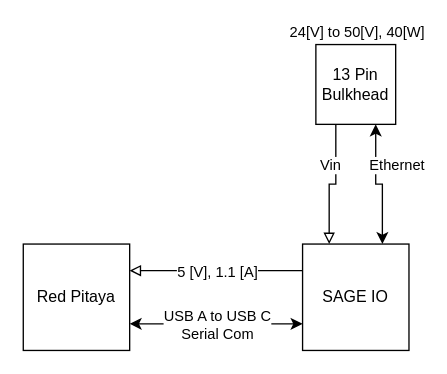
Earlier version of the draw.io diagram Untitled Diagram.drawio (williamapardis/SAGE). Source tidied: cells renumbered, new cells numbered last; positions are measured from the earlier drawing's top-left corner, leaving out a move shared by most shapes. Both pictures are drawn from the tidied source at 133%, with x=0, y=0 at pixel (23, 44).
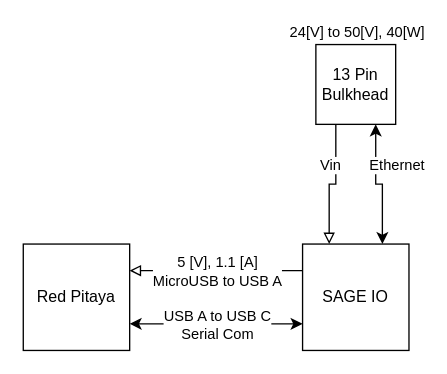
After the change.

Change to the diagram source:
```diff
@@
 <mxGraphModel>
   <root>
     <mxCell id="0" />
     <mxCell id="1" parent="0" />
     <mxCell id="2" value="Red Pitaya" style="whiteSpace=wrap;html=1;" parent="1" vertex="1">
       <mxGeometry y="150" width="80" height="80" as="geometry" />
     </mxCell>
     <mxCell id="3" style="edgeStyle=orthogonalEdgeStyle;rounded=0;jettySize=auto;html=1;exitX=0;exitY=0.25;exitDx=0;exitDy=0;entryX=1;entryY=0.25;entryDx=0;entryDy=0;startArrow=none;startFill=0;endArrow=block;endFill=0;" parent="1" edge="1" source="7" target="2">
       <mxGeometry relative="1" as="geometry" />
     </mxCell>
-    <mxCell id="4" value="5 [V], 1.1 [A]" style="edgeLabel;html=1;align=center;verticalAlign=middle;" parent="3" vertex="1">
+    <mxCell id="4" value="5 [V], 1.1 [A]&lt;br&gt;MicroUSB to USB A" style="edgeLabel;html=1;align=center;verticalAlign=middle;" parent="3" vertex="1">
       <mxGeometry relative="1" as="geometry" />
     </mxCell>
     <mxCell id="5" style="edgeStyle=orthogonalEdgeStyle;rounded=0;jettySize=auto;html=1;exitX=0;exitY=0.75;exitDx=0;exitDy=0;entryX=1;entryY=0.75;entryDx=0;entryDy=0;startArrow=classic;startFill=1;endArrow=classic;endFill=1;" parent="1" edge="1" source="7" target="2">
       <mxGeometry relative="1" as="geometry">
         <Array as="points">
           <mxPoint x="150" y="210" />
           <mxPoint x="150" y="210" />
         </Array>
       </mxGeometry>
     </mxCell>
     <mxCell id="6" value="USB A to USB C&lt;br&gt;Serial Com" style="edgeLabel;html=1;align=center;verticalAlign=middle;" parent="5" vertex="1">
       <mxGeometry relative="1" as="geometry" />
     </mxCell>
     <mxCell id="7" value="SAGE IO" style="whiteSpace=wrap;html=1;" parent="1" vertex="1">
       <mxGeometry x="210" y="150" width="80" height="80" as="geometry" />
     </mxCell>
     <mxCell id="8" style="edgeStyle=orthogonalEdgeStyle;rounded=0;jettySize=auto;html=1;exitX=0.75;exitY=1;exitDx=0;exitDy=0;entryX=0.75;entryY=0;entryDx=0;entryDy=0;startArrow=classic;startFill=1;endArrow=classic;endFill=1;" parent="1" edge="1" source="13" target="7">
       <mxGeometry relative="1" as="geometry" />
     </mxCell>
     <mxCell id="9" value="Ethernet" style="edgeLabel;html=1;align=center;verticalAlign=middle;" parent="8" vertex="1">
       <mxGeometry x="-0.32" y="2" relative="1" as="geometry">
         <mxPoint x="13" y="-2" as="offset" />
       </mxGeometry>
     </mxCell>
     <mxCell id="10" style="edgeStyle=orthogonalEdgeStyle;rounded=0;jettySize=auto;html=1;exitX=0.25;exitY=1;exitDx=0;exitDy=0;entryX=0.25;entryY=0;entryDx=0;entryDy=0;startArrow=none;startFill=0;endArrow=block;endFill=0;" parent="1" edge="1" source="13" target="7">
       <mxGeometry relative="1" as="geometry" />
     </mxCell>
     <mxCell id="11" value="24[V] to 50[V], 40[W]" style="edgeLabel;html=1;align=center;verticalAlign=middle;rotation=0;" parent="10" vertex="1">
       <mxGeometry x="-0.22" y="1" relative="1" as="geometry">
         <mxPoint x="14" y="-107" as="offset" />
       </mxGeometry>
     </mxCell>
     <mxCell id="12" value="Vin" style="edgeLabel;html=1;align=center;verticalAlign=middle;" parent="10" vertex="1">
       <mxGeometry x="-0.31" y="2" relative="1" as="geometry">
         <mxPoint x="-7" y="-3" as="offset" />
       </mxGeometry>
     </mxCell>
     <mxCell id="13" value="13 Pin&lt;br&gt;Bulkhead" style="whiteSpace=wrap;html=1;" parent="1" vertex="1">
       <mxGeometry x="220" width="60" height="60" as="geometry" />
     </mxCell>
   </root>
 </mxGraphModel>
```
